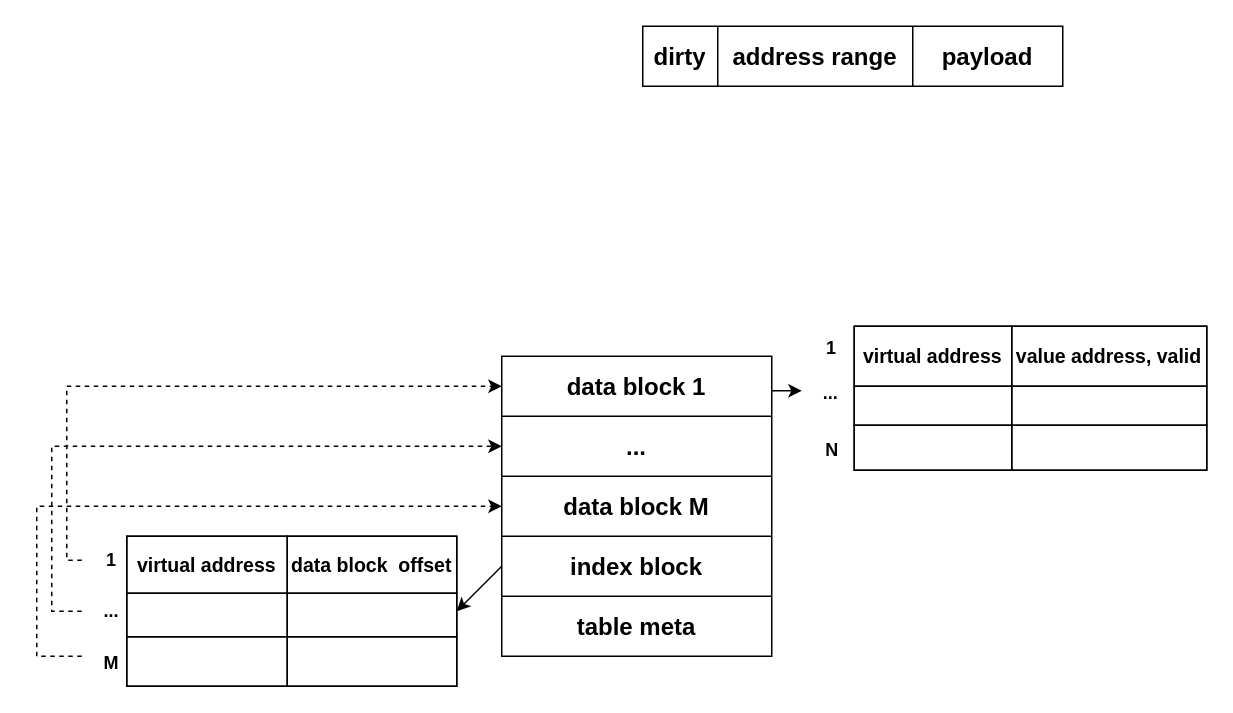
yeqiyi/drawIO keeps this draw.io diagram as AMTable.drawio. Above is the earlier version. Source tidied: cells renumbered, new cells numbered last; positions are measured from the earlier drawing's top-left corner, leaving out a move shared by most shapes. Both pictures are drawn from the tidied source at 150%, with x=0, y=0 at pixel (36, 26).
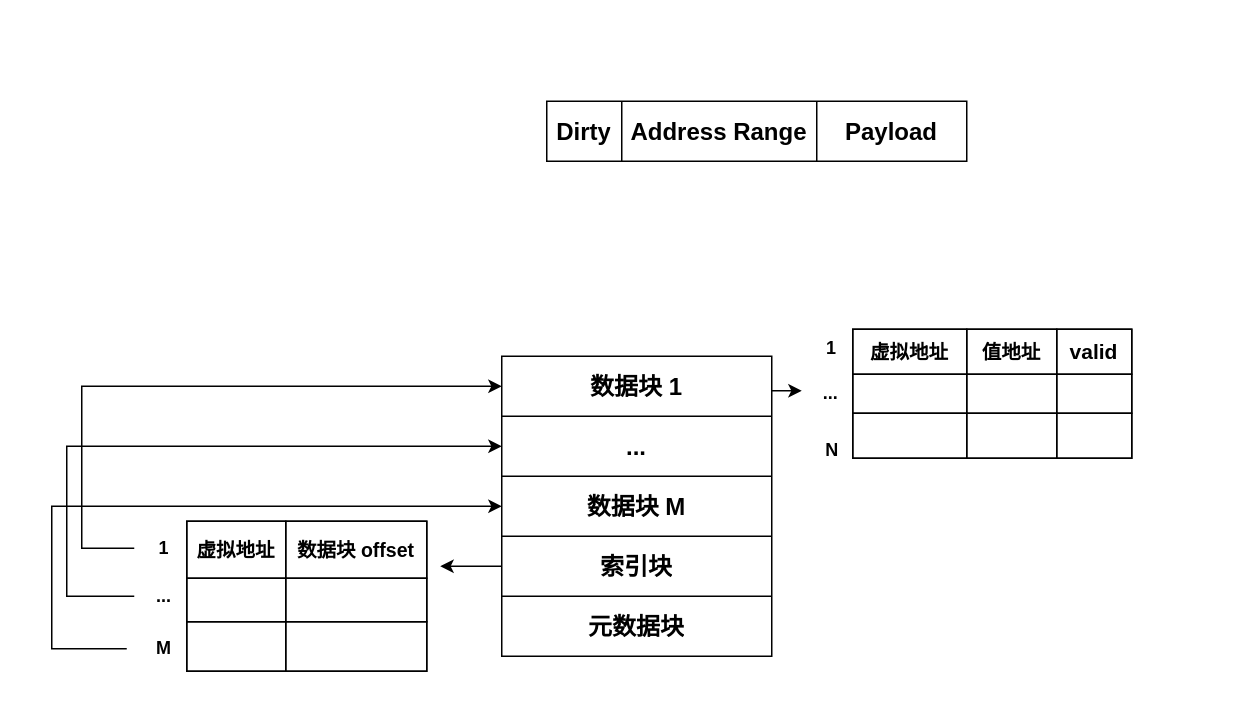
The same diagram, later.

Unchanged cells that the change refers to:
```xml
<mxCell id="16" style="shape=tableRow;horizontal=0;startSize=0;swimlaneHead=0;swimlaneBody=0;strokeColor=inherit;top=0;left=0;bottom=0;right=0;fillColor=none;points=[[0,0.5],[1,0.5]];portConstraint=eastwest;fontSize=16;" parent="15" vertex="1">
  <mxGeometry width="180" height="40" as="geometry" />
</mxCell>
<mxCell id="20" style="shape=tableRow;horizontal=0;startSize=0;swimlaneHead=0;swimlaneBody=0;strokeColor=inherit;top=0;left=0;bottom=0;right=0;fillColor=none;points=[[0,0.5],[1,0.5]];portConstraint=eastwest;fontSize=16;" parent="15" vertex="1">
  <mxGeometry y="80" width="180" height="40" as="geometry" />
</mxCell>
<mxCell id="22" style="shape=tableRow;horizontal=0;startSize=0;swimlaneHead=0;swimlaneBody=0;strokeColor=inherit;top=0;left=0;bottom=0;right=0;fillColor=none;fontSize=16;" parent="15" vertex="1">
  <mxGeometry y="120" width="180" height="40" as="geometry" />
</mxCell>
<mxCell id="24" style="shape=tableRow;horizontal=0;startSize=0;swimlaneHead=0;swimlaneBody=0;strokeColor=inherit;top=0;left=0;bottom=0;right=0;fillColor=none;fontSize=16;" parent="15" vertex="1">
  <mxGeometry y="160" width="180" height="40" as="geometry" />
</mxCell>
<mxCell id="39" style="shape=tableRow;horizontal=0;startSize=0;swimlaneHead=0;swimlaneBody=0;strokeColor=inherit;top=0;left=0;bottom=0;right=0;fillColor=none;fontSize=16;" parent="38" vertex="1">
  <mxGeometry width="280" height="40" as="geometry" />
</mxCell>
```

The edit, as a diff of the source:
```diff
@@
     <mxCell id="2" style="childLayout=tableLayout;shadow=0;fillColor=none;" parent="1" vertex="1">
-      <mxGeometry x="545" y="200" width="235" height="96" as="geometry" />
+      <mxGeometry x="544" y="202" width="186" height="86" as="geometry" />
     </mxCell>
     <mxCell id="3" style="shape=tableRow;horizontal=0;startSize=0;swimlaneHead=0;swimlaneBody=0;top=0;left=0;bottom=0;right=0;fontStyle=0;fillColor=none;strokeColor=inherit;" parent="2" vertex="1">
-      <mxGeometry width="235" height="40" as="geometry" />
+      <mxGeometry width="186" height="30" as="geometry" />
     </mxCell>
-    <mxCell id="4" value="&lt;b&gt;&lt;font style=&quot;font-size: 13px;&quot;&gt;virtual address&lt;/font&gt;&lt;/b&gt;" style="strokeColor=inherit;fillColor=none;align=center;whiteSpace=wrap;html=1;" parent="3" vertex="1">
-      <mxGeometry width="105" height="40" as="geometry" />
+    <mxCell id="4" value="&lt;b&gt;&lt;font style=&quot;font-size: 13px;&quot;&gt;虚拟地址&lt;/font&gt;&lt;/b&gt;" style="strokeColor=inherit;fillColor=none;align=center;whiteSpace=wrap;html=1;" parent="3" vertex="1">
+      <mxGeometry width="76" height="30" as="geometry" />
     </mxCell>
-    <mxCell id="5" value="&lt;b&gt;&lt;font style=&quot;font-size: 13px;&quot;&gt;value address, valid&lt;/font&gt;&lt;/b&gt;" style="strokeColor=inherit;fillColor=none;align=center;whiteSpace=wrap;html=1;" parent="3" vertex="1">
-      <mxGeometry x="105" width="130" height="40" as="geometry" />
+    <mxCell id="5" value="&lt;b&gt;&lt;font style=&quot;font-size: 13px;&quot;&gt;值地址&lt;/font&gt;&lt;/b&gt;" style="strokeColor=inherit;fillColor=none;align=center;whiteSpace=wrap;html=1;" parent="3" vertex="1">
+      <mxGeometry x="76" width="60" height="30" as="geometry" />
     </mxCell>
+    <mxCell id="49" value="&lt;b&gt;&lt;font style=&quot;font-size: 14px;&quot;&gt;valid&lt;/font&gt;&lt;/b&gt;" style="strokeColor=inherit;fillColor=none;align=center;whiteSpace=wrap;html=1;" parent="3" vertex="1">
+      <mxGeometry x="136" width="50" height="30" as="geometry" />
+    </mxCell>
     <mxCell id="6" style="shape=tableRow;horizontal=0;startSize=0;swimlaneHead=0;swimlaneBody=0;top=0;left=0;bottom=0;right=0;fontStyle=0;fillColor=none;strokeColor=inherit;" parent="2" vertex="1">
-      <mxGeometry y="40" width="235" height="26" as="geometry" />
+      <mxGeometry y="30" width="186" height="26" as="geometry" />
     </mxCell>
     <mxCell id="7" style="strokeColor=inherit;fillColor=none;align=center;whiteSpace=wrap;html=1;" parent="6" vertex="1">
-      <mxGeometry width="105" height="26" as="geometry" />
+      <mxGeometry width="76" height="26" as="geometry" />
     </mxCell>
     <mxCell id="8" style="strokeColor=inherit;fillColor=none;align=center;whiteSpace=wrap;html=1;" parent="6" vertex="1">
-      <mxGeometry x="105" width="130" height="26" as="geometry" />
+      <mxGeometry x="76" width="60" height="26" as="geometry" />
     </mxCell>
+    <mxCell id="50" style="strokeColor=inherit;fillColor=none;align=center;whiteSpace=wrap;html=1;" parent="6" vertex="1">
+      <mxGeometry x="136" width="50" height="26" as="geometry" />
+    </mxCell>
     <mxCell id="9" style="shape=tableRow;horizontal=0;startSize=0;swimlaneHead=0;swimlaneBody=0;top=0;left=0;bottom=0;right=0;fontStyle=0;fillColor=none;strokeColor=inherit;" parent="2" vertex="1">
-      <mxGeometry y="66" width="235" height="30" as="geometry" />
+      <mxGeometry y="56" width="186" height="30" as="geometry" />
     </mxCell>
     <mxCell id="10" style="strokeColor=inherit;fillColor=none;align=center;whiteSpace=wrap;html=1;" parent="9" vertex="1">
-      <mxGeometry width="105" height="30" as="geometry" />
+      <mxGeometry width="76" height="30" as="geometry" />
     </mxCell>
     <mxCell id="11" style="strokeColor=inherit;fillColor=none;align=center;whiteSpace=wrap;html=1;" parent="9" vertex="1">
-      <mxGeometry x="105" width="130" height="30" as="geometry" />
+      <mxGeometry x="76" width="60" height="30" as="geometry" />
     </mxCell>
+    <mxCell id="51" style="strokeColor=inherit;fillColor=none;align=center;whiteSpace=wrap;html=1;" parent="9" vertex="1">
+      <mxGeometry x="136" width="50" height="30" as="geometry" />
+    </mxCell>
@@
-    <mxCell id="17" value="&lt;b&gt;data block 1&lt;/b&gt;" style="shape=partialRectangle;html=1;whiteSpace=wrap;strokeColor=inherit;overflow=hidden;fillColor=none;top=0;left=0;bottom=0;right=0;fontSize=16;" parent="16" vertex="1">
+    <mxCell id="17" value="&lt;b&gt;数据块 1&lt;/b&gt;" style="shape=partialRectangle;html=1;whiteSpace=wrap;strokeColor=inherit;overflow=hidden;fillColor=none;top=0;left=0;bottom=0;right=0;fontSize=16;" parent="16" vertex="1">
       <mxGeometry width="180" height="40" as="geometry" />
     </mxCell>
@@
-    <mxCell id="21" value="&lt;b&gt;data block M&lt;/b&gt;" style="shape=partialRectangle;html=1;whiteSpace=wrap;strokeColor=inherit;overflow=hidden;fillColor=none;top=0;left=0;bottom=0;right=0;fontSize=16;" parent="20" vertex="1">
+    <mxCell id="21" value="&lt;b&gt;数据块 M&lt;/b&gt;" style="shape=partialRectangle;html=1;whiteSpace=wrap;strokeColor=inherit;overflow=hidden;fillColor=none;top=0;left=0;bottom=0;right=0;fontSize=16;" parent="20" vertex="1">
       <mxGeometry width="180" height="40" as="geometry" />
     </mxCell>
@@
-    <mxCell id="23" value="&lt;b&gt;index block&lt;/b&gt;" style="shape=partialRectangle;html=1;whiteSpace=wrap;strokeColor=inherit;overflow=hidden;fillColor=none;top=0;left=0;bottom=0;right=0;fontSize=16;" parent="22" vertex="1">
+    <mxCell id="23" value="&lt;b&gt;索引块&lt;/b&gt;" style="shape=partialRectangle;html=1;whiteSpace=wrap;strokeColor=inherit;overflow=hidden;fillColor=none;top=0;left=0;bottom=0;right=0;fontSize=16;" parent="22" vertex="1">
       <mxGeometry width="180" height="40" as="geometry" />
     </mxCell>
@@
-    <mxCell id="25" value="&lt;b&gt;table meta&lt;/b&gt;" style="shape=partialRectangle;html=1;whiteSpace=wrap;strokeColor=inherit;overflow=hidden;fillColor=none;top=0;left=0;bottom=0;right=0;fontSize=16;" parent="24" vertex="1">
+    <mxCell id="25" value="&lt;b&gt;元数据块&lt;/b&gt;" style="shape=partialRectangle;html=1;whiteSpace=wrap;strokeColor=inherit;overflow=hidden;fillColor=none;top=0;left=0;bottom=0;right=0;fontSize=16;" parent="24" vertex="1">
       <mxGeometry width="180" height="40" as="geometry" />
     </mxCell>
     <mxCell id="26" style="childLayout=tableLayout;shadow=0;fillColor=none;" parent="1" vertex="1">
-      <mxGeometry x="60" y="340" width="220" height="100" as="geometry" />
+      <mxGeometry x="100" y="330" width="160" height="100" as="geometry" />
     </mxCell>
     <mxCell id="27" style="shape=tableRow;horizontal=0;startSize=0;swimlaneHead=0;swimlaneBody=0;top=0;left=0;bottom=0;right=0;fontStyle=0;fillColor=none;strokeColor=inherit;" parent="26" vertex="1">
-      <mxGeometry width="220" height="38" as="geometry" />
+      <mxGeometry width="160" height="38" as="geometry" />
     </mxCell>
-    <mxCell id="28" value="&lt;b&gt;&lt;font style=&quot;font-size: 13px;&quot;&gt;virtual address&lt;/font&gt;&lt;/b&gt;" style="strokeColor=inherit;fillColor=none;align=center;whiteSpace=wrap;html=1;" parent="27" vertex="1">
-      <mxGeometry width="107" height="38" as="geometry" />
+    <mxCell id="28" value="&lt;b&gt;&lt;font style=&quot;font-size: 13px;&quot;&gt;虚拟地址&lt;/font&gt;&lt;/b&gt;" style="strokeColor=inherit;fillColor=none;align=center;whiteSpace=wrap;html=1;" parent="27" vertex="1">
+      <mxGeometry width="66" height="38" as="geometry" />
     </mxCell>
-    <mxCell id="29" value="&lt;b&gt;&lt;font style=&quot;font-size: 13px;&quot;&gt;data block&amp;nbsp; offset&lt;/font&gt;&lt;/b&gt;" style="strokeColor=inherit;fillColor=none;align=center;whiteSpace=wrap;html=1;" parent="27" vertex="1">
-      <mxGeometry x="107" width="113" height="38" as="geometry" />
+    <mxCell id="29" value="&lt;b&gt;&lt;font style=&quot;font-size: 13px;&quot;&gt;数据块 offset&lt;/font&gt;&lt;/b&gt;" style="strokeColor=inherit;fillColor=none;align=center;whiteSpace=wrap;html=1;" parent="27" vertex="1">
+      <mxGeometry x="66" width="94" height="38" as="geometry" />
     </mxCell>
     <mxCell id="30" style="shape=tableRow;horizontal=0;startSize=0;swimlaneHead=0;swimlaneBody=0;top=0;left=0;bottom=0;right=0;fontStyle=0;fillColor=none;strokeColor=inherit;" parent="26" vertex="1">
-      <mxGeometry y="38" width="220" height="29" as="geometry" />
+      <mxGeometry y="38" width="160" height="29" as="geometry" />
     </mxCell>
     <mxCell id="31" style="strokeColor=inherit;fillColor=none;align=center;whiteSpace=wrap;html=1;" parent="30" vertex="1">
-      <mxGeometry width="107" height="29" as="geometry" />
+      <mxGeometry width="66" height="29" as="geometry" />
     </mxCell>
     <mxCell id="32" style="strokeColor=inherit;fillColor=none;align=center;whiteSpace=wrap;html=1;" parent="30" vertex="1">
-      <mxGeometry x="107" width="113" height="29" as="geometry" />
+      <mxGeometry x="66" width="94" height="29" as="geometry" />
     </mxCell>
     <mxCell id="33" style="shape=tableRow;horizontal=0;startSize=0;swimlaneHead=0;swimlaneBody=0;top=0;left=0;bottom=0;right=0;fontStyle=0;fillColor=none;strokeColor=inherit;" parent="26" vertex="1">
-      <mxGeometry y="67" width="220" height="33" as="geometry" />
+      <mxGeometry y="67" width="160" height="33" as="geometry" />
     </mxCell>
     <mxCell id="34" style="strokeColor=inherit;fillColor=none;align=center;whiteSpace=wrap;html=1;" parent="33" vertex="1">
-      <mxGeometry width="107" height="33" as="geometry" />
+      <mxGeometry width="66" height="33" as="geometry" />
     </mxCell>
     <mxCell id="35" style="strokeColor=inherit;fillColor=none;align=center;whiteSpace=wrap;html=1;" parent="33" vertex="1">
-      <mxGeometry x="107" width="113" height="33" as="geometry" />
+      <mxGeometry x="66" width="94" height="33" as="geometry" />
     </mxCell>
     <mxCell id="36" value="&lt;b&gt;1&lt;/b&gt;" style="text;html=1;strokeColor=none;fillColor=none;align=center;verticalAlign=middle;whiteSpace=wrap;rounded=0;" parent="1" vertex="1">
-      <mxGeometry x="30" y="340" width="40" height="32" as="geometry" />
+      <mxGeometry x="65" y="332" width="40" height="32" as="geometry" />
     </mxCell>
     <mxCell id="37" value="&lt;b&gt;M&lt;/b&gt;" style="text;html=1;strokeColor=none;fillColor=none;align=center;verticalAlign=middle;whiteSpace=wrap;rounded=0;" parent="1" vertex="1">
-      <mxGeometry x="20" y="410" width="60" height="30" as="geometry" />
+      <mxGeometry x="60" y="400" width="50" height="30" as="geometry" />
     </mxCell>
     <mxCell id="38" style="shape=table;startSize=0;childLayout=tableLayout;fontSize=16;" parent="1" vertex="1">
-      <mxGeometry x="404" width="280" height="40" as="geometry" />
+      <mxGeometry x="340" y="50" width="280" height="40" as="geometry" />
     </mxCell>
@@
-    <mxCell id="40" value="&lt;b&gt;dirty&lt;/b&gt;" style="shape=partialRectangle;html=1;whiteSpace=wrap;strokeColor=inherit;overflow=hidden;fillColor=none;top=0;left=0;bottom=0;right=0;fontSize=16;" parent="39" vertex="1">
+    <mxCell id="40" value="&lt;b&gt;Dirty&lt;/b&gt;" style="shape=partialRectangle;html=1;whiteSpace=wrap;strokeColor=inherit;overflow=hidden;fillColor=none;top=0;left=0;bottom=0;right=0;fontSize=16;" parent="39" vertex="1">
       <mxGeometry width="50" height="40" as="geometry" />
     </mxCell>
-    <mxCell id="41" value="&lt;b&gt;address range&lt;/b&gt;" style="shape=partialRectangle;html=1;whiteSpace=wrap;strokeColor=inherit;overflow=hidden;fillColor=none;top=0;left=0;bottom=0;right=0;fontSize=16;" parent="39" vertex="1">
+    <mxCell id="41" value="&lt;b&gt;Address Range&lt;/b&gt;" style="shape=partialRectangle;html=1;whiteSpace=wrap;strokeColor=inherit;overflow=hidden;fillColor=none;top=0;left=0;bottom=0;right=0;fontSize=16;" parent="39" vertex="1">
       <mxGeometry x="50" width="130" height="40" as="geometry" />
     </mxCell>
-    <mxCell id="42" value="&lt;b&gt;payload&lt;/b&gt;" style="shape=partialRectangle;html=1;whiteSpace=wrap;strokeColor=inherit;overflow=hidden;fillColor=none;top=0;left=0;bottom=0;right=0;fontSize=16;" parent="39" vertex="1">
+    <mxCell id="42" value="&lt;b&gt;Payload&lt;/b&gt;" style="shape=partialRectangle;html=1;whiteSpace=wrap;strokeColor=inherit;overflow=hidden;fillColor=none;top=0;left=0;bottom=0;right=0;fontSize=16;" parent="39" vertex="1">
       <mxGeometry x="180" width="100" height="40" as="geometry" />
     </mxCell>
     <mxCell id="43" style="endArrow=classic;html=1;rounded=0;strokeWidth=1;" parent="1" edge="1">
       <mxGeometry relative="1" as="geometry">
         <mxPoint x="310" y="360" as="sourcePoint" />
-        <mxPoint x="280" y="390" as="targetPoint" />
+        <mxPoint x="269" y="360" as="targetPoint" />
       </mxGeometry>
     </mxCell>
-    <mxCell id="44" style="endArrow=classic;html=1;rounded=0;entryX=0;entryY=0.5;entryDx=0;entryDy=0;dashed=1;exitX=0;exitY=0.5;exitDx=0;exitDy=0;" parent="1" edge="1" source="36" target="16">
+    <mxCell id="44" style="endArrow=classic;html=1;rounded=0;entryX=0;entryY=0.5;entryDx=0;entryDy=0;exitX=0;exitY=0.5;exitDx=0;exitDy=0;" parent="1" edge="1" source="36" target="16">
       <mxGeometry relative="1" as="geometry">
         <Array as="points">
-          <mxPoint x="20" y="356" />
-          <mxPoint x="20" y="240" />
+          <mxPoint x="30" y="348" />
+          <mxPoint x="30" y="240" />
         </Array>
       </mxGeometry>
     </mxCell>
-    <mxCell id="45" style="endArrow=classic;html=1;rounded=0;entryX=0;entryY=0.5;entryDx=0;entryDy=0;dashed=1;" parent="1" edge="1" target="20">
+    <mxCell id="45" style="endArrow=classic;html=1;rounded=0;entryX=0;entryY=0.5;entryDx=0;entryDy=0;exitX=0;exitY=0.5;exitDx=0;exitDy=0;" parent="1" edge="1" source="37" target="20">
       <mxGeometry relative="1" as="geometry">
-        <mxPoint x="30" y="420" as="sourcePoint" />
         <Array as="points">
-          <mxPoint y="420" />
-          <mxPoint y="320" />
+          <mxPoint x="10" y="415" />
+          <mxPoint x="10" y="320" />
         </Array>
       </mxGeometry>
     </mxCell>
@@
     <mxCell id="47" value="&lt;b&gt;...&lt;/b&gt;" style="text;html=1;strokeColor=none;fillColor=none;align=center;verticalAlign=middle;whiteSpace=wrap;rounded=0;" parent="1" vertex="1">
-      <mxGeometry x="30" y="374" width="40" height="32" as="geometry" />
+      <mxGeometry x="65" y="364" width="40" height="32" as="geometry" />
     </mxCell>
-    <mxCell id="48" style="endArrow=classic;html=1;rounded=0;entryX=0;entryY=0.5;entryDx=0;entryDy=0;dashed=1;exitX=0;exitY=0.5;exitDx=0;exitDy=0;" parent="1" edge="1" source="47">
+    <mxCell id="48" style="endArrow=classic;html=1;rounded=0;entryX=0;entryY=0.5;entryDx=0;entryDy=0;exitX=0;exitY=0.5;exitDx=0;exitDy=0;" parent="1" edge="1" source="47">
       <mxGeometry relative="1" as="geometry">
         <mxPoint x="310" y="280" as="targetPoint" />
         <Array as="points">
-          <mxPoint x="10" y="390" />
-          <mxPoint x="10" y="280" />
+          <mxPoint x="20" y="380" />
+          <mxPoint x="20" y="280" />
         </Array>
       </mxGeometry>
     </mxCell>
```
